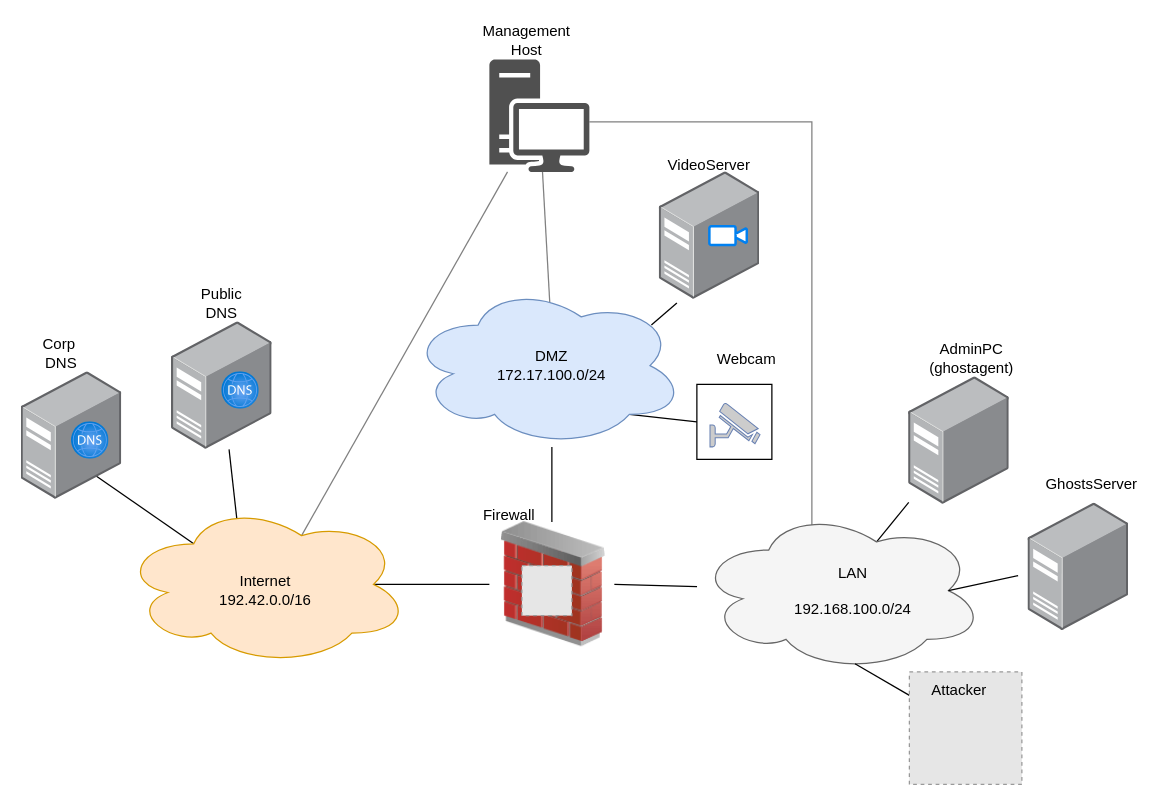
This is docs/images/AttackBed-Lanturtle.drawio from ait-testbed/attackbed, a draw.io file, before an edit. Source tidied: cells renumbered, new cells numbered last; positions are measured from the earlier drawing's top-left corner, leaving out a move shared by most shapes. Both pictures are drawn from the tidied source at 125%, with x=0, y=0 at pixel (21, 21). Pictures stored in the file or linked from it are replaced by grey dashed boxes.
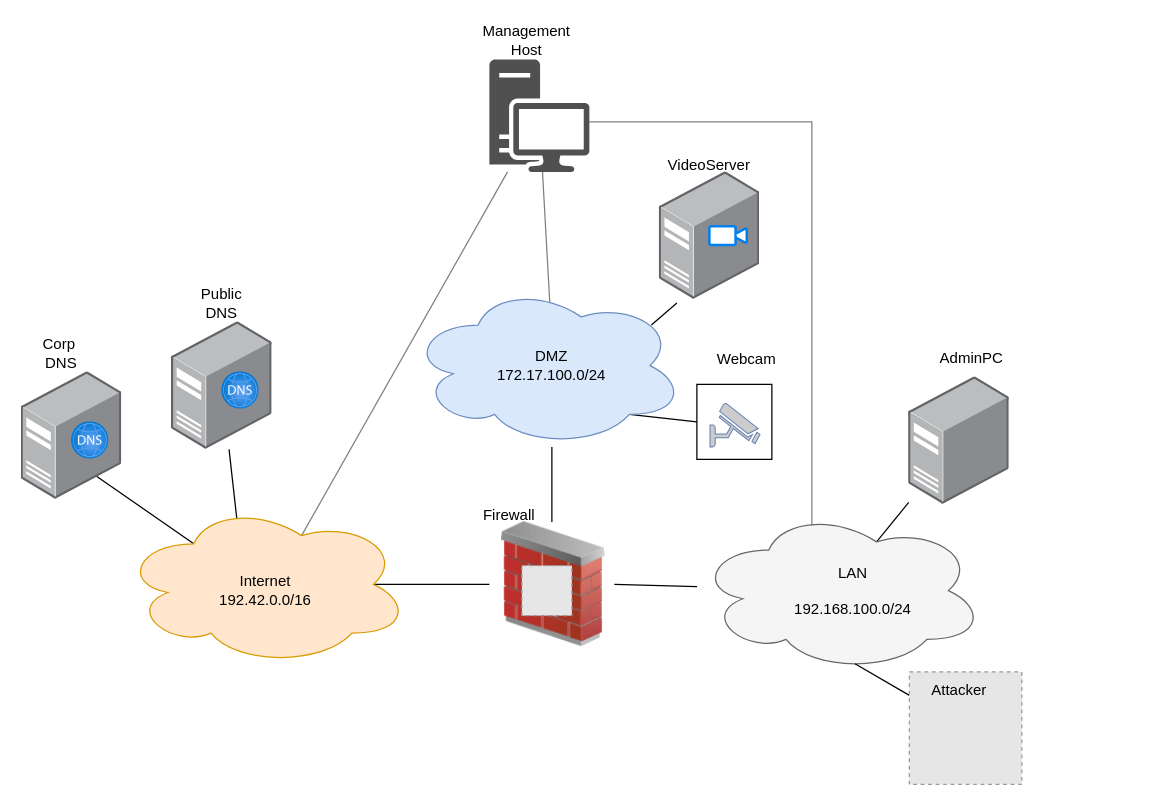
After the change.

Commit message (it also covers changes not shown here):
update lanturtle scenario images

Unchanged cells that the change refers to:
```xml
<mxCell id="18" style="ellipse;shape=cloud;whiteSpace=wrap;html=1;fillColor=#f5f5f5;fontColor=#333333;strokeColor=#666666;" parent="1" vertex="1">
  <mxGeometry x="540" y="390" width="230" height="130" as="geometry" />
</mxCell>
```

The edit, as a diff of the source:
```diff
@@
-    <mxCell id="37" value="AdminPC&lt;br&gt;(ghostagent)" style="text;strokeColor=none;align=center;fillColor=none;html=1;verticalAlign=middle;whiteSpace=wrap;rounded=0;" parent="1" vertex="1">
+    <mxCell id="37" value="AdminPC" style="text;strokeColor=none;align=center;fillColor=none;html=1;verticalAlign=middle;whiteSpace=wrap;rounded=0;" parent="1" vertex="1">
       <mxGeometry x="730" y="254" width="60" height="30" as="geometry" />
     </mxCell>
@@
-    <mxCell id="43" style="image;html=1;align=center;shadow=0;dashed=0;image=img/lib/allied_telesis/computer_and_terminals/Server_Desktop.svg;" parent="1" vertex="1">
-      <mxGeometry x="805" y="385" width="80.5" height="102" as="geometry" />
-    </mxCell>
-    <mxCell id="44" value="GhostsServer" style="text;strokeColor=none;align=center;fillColor=none;html=1;verticalAlign=middle;whiteSpace=wrap;rounded=0;" parent="1" vertex="1">
-      <mxGeometry x="825.5" y="355" width="60" height="30" as="geometry" />
-    </mxCell>
-    <mxCell id="45" style="rounded=0;jettySize=auto;html=1;exitX=0.875;exitY=0.5;exitDx=0;exitDy=0;exitPerimeter=0;endArrow=none;endFill=0;" parent="1" edge="1" source="18">
-      <mxGeometry relative="1" as="geometry">
-        <mxPoint x="797" y="443" as="targetPoint" />
-      </mxGeometry>
-    </mxCell>
```
